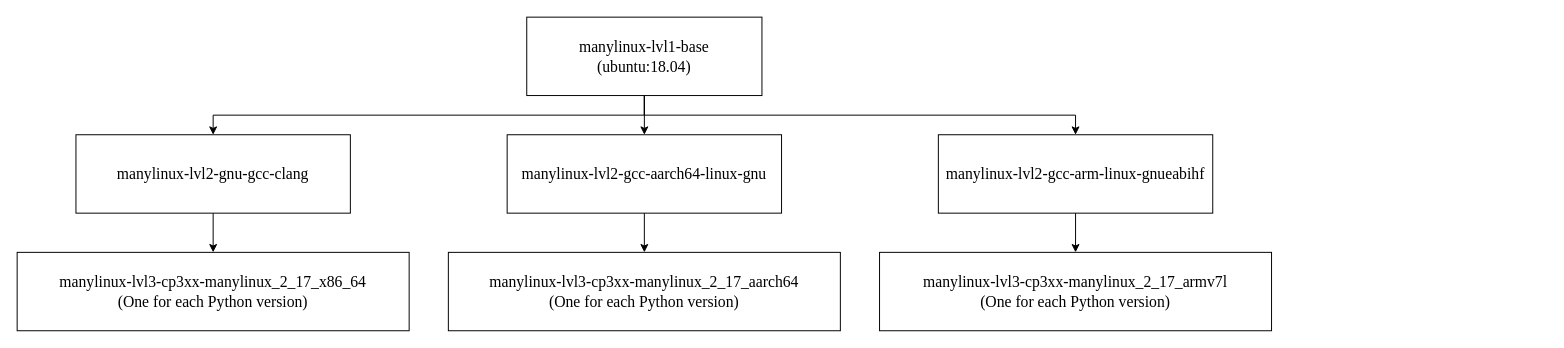
This is page "manylinux" (1 of 3) of images/Docker_layer_graph.drawio from andreslilloortiz/pookie, a draw.io file, before an edit. Source tidied: cells renumbered, new cells numbered last; positions are measured from the earlier drawing's top-left corner, leaving out a move shared by most shapes. Both pictures are drawn from the tidied source at 98%, with x=0, y=0 at pixel (17, 17).
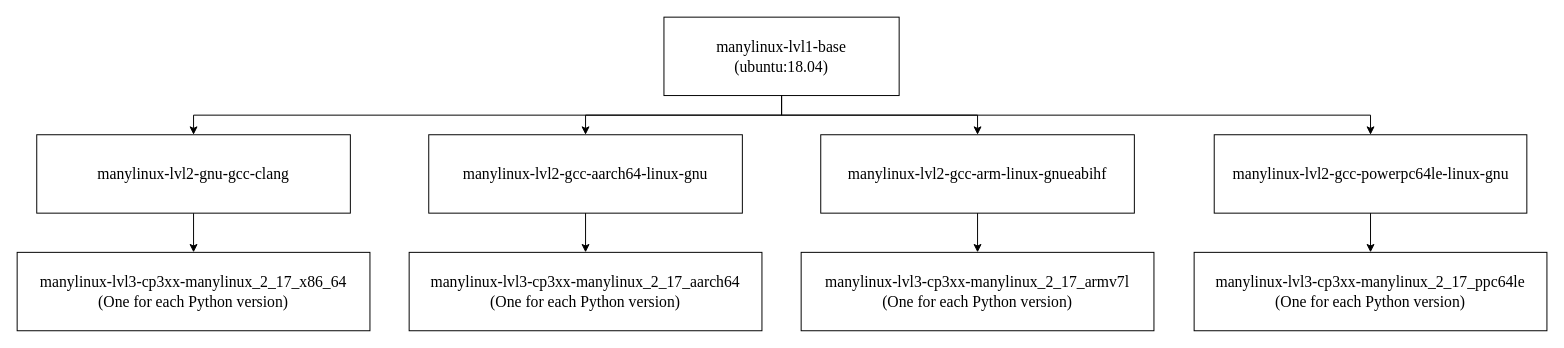
Above is the later version.

Change to the diagram source:
```diff
@@
 <mxGraphModel>
   <root>
     <mxCell id="0" />
     <mxCell id="1" parent="0" />
     <mxCell id="2" style="edgeStyle=orthogonalEdgeStyle;rounded=0;jettySize=auto;html=1;exitX=0.5;exitY=1;exitDx=0;exitDy=0;entryX=0.5;entryY=0;entryDx=0;entryDy=0;fontSize=16;fontColor=default;fontFamily=Times New Roman;" parent="1" edge="1" source="3" target="5">
       <mxGeometry relative="1" as="geometry" />
     </mxCell>
     <mxCell id="3" value="&lt;font&gt;manylinux-lvl1-base&lt;/font&gt;&lt;div&gt;&lt;font&gt;(ubuntu:18.04)&lt;/font&gt;&lt;/div&gt;" style="rounded=0;whiteSpace=wrap;html=1;fontSize=16;gradientColor=none;fillColor=default;strokeColor=default;fontFamily=Times New Roman;" parent="1" vertex="1">
-      <mxGeometry x="520" width="240" height="80" as="geometry" />
+      <mxGeometry x="660" width="240" height="80" as="geometry" />
     </mxCell>
     <mxCell id="4" style="edgeStyle=orthogonalEdgeStyle;rounded=0;jettySize=auto;html=1;exitX=0.5;exitY=1;exitDx=0;exitDy=0;entryX=0.5;entryY=0;entryDx=0;entryDy=0;fontSize=16;fontColor=default;fontFamily=Times New Roman;" parent="1" edge="1" source="5" target="6">
       <mxGeometry relative="1" as="geometry" />
     </mxCell>
     <mxCell id="5" value="&lt;font&gt;manylinux-lvl2-gnu-gcc-clang&lt;/font&gt;" style="rounded=0;whiteSpace=wrap;html=1;strokeColor=default;fontSize=16;fontColor=default;fontFamily=Times New Roman;" parent="1" vertex="1">
-      <mxGeometry x="60" y="120" width="280" height="80" as="geometry" />
+      <mxGeometry x="20" y="120" width="320" height="80" as="geometry" />
     </mxCell>
     <mxCell id="6" value="&lt;font&gt;manylinux-&lt;span style=&quot;&quot;&gt;lvl3&lt;/span&gt;-&lt;span style=&quot;&quot;&gt;cp3xx-manylinux_2_17_x86_64&lt;/span&gt;&lt;br&gt;(One for each Python version)&lt;/font&gt;" style="rounded=0;whiteSpace=wrap;html=1;strokeColor=default;fontSize=16;fontColor=default;fontFamily=Times New Roman;" parent="1" vertex="1">
-      <mxGeometry y="240" width="400" height="80" as="geometry" />
+      <mxGeometry y="240" width="360" height="80" as="geometry" />
     </mxCell>
     <mxCell id="7" value="&lt;font&gt;manylinux-lvl2-gcc-aarch64-linux-gnu&lt;/font&gt;" style="rounded=0;whiteSpace=wrap;html=1;strokeColor=default;fontSize=16;fontColor=default;fontFamily=Times New Roman;" parent="1" vertex="1">
-      <mxGeometry x="500" y="120" width="280" height="80" as="geometry" />
+      <mxGeometry x="420" y="120" width="320" height="80" as="geometry" />
     </mxCell>
     <mxCell id="8" style="edgeStyle=orthogonalEdgeStyle;rounded=0;jettySize=auto;html=1;exitX=0.5;exitY=1;exitDx=0;exitDy=0;entryX=0.5;entryY=0;entryDx=0;entryDy=0;fontSize=16;fontColor=default;fontFamily=Times New Roman;" parent="1" edge="1" source="3" target="7">
       <mxGeometry relative="1" as="geometry" />
     </mxCell>
     <mxCell id="9" value="&lt;font&gt;manylinux-&lt;span style=&quot;&quot;&gt;lvl3&lt;/span&gt;-&lt;span style=&quot;&quot;&gt;cp3xx-manylinux_2_17_aarch64&lt;/span&gt;&lt;/font&gt;&lt;div&gt;&lt;font&gt;(One for each Python version)&lt;/font&gt;&lt;/div&gt;" style="rounded=0;whiteSpace=wrap;html=1;strokeColor=default;fontSize=16;fontColor=default;fontFamily=Times New Roman;" parent="1" vertex="1">
-      <mxGeometry x="440" y="240" width="400" height="80" as="geometry" />
+      <mxGeometry x="400" y="240" width="360" height="80" as="geometry" />
     </mxCell>
     <mxCell id="10" style="edgeStyle=orthogonalEdgeStyle;rounded=0;jettySize=auto;html=1;exitX=0.5;exitY=1;exitDx=0;exitDy=0;entryX=0.5;entryY=0;entryDx=0;entryDy=0;fontSize=16;fontColor=default;fontFamily=Times New Roman;" parent="1" edge="1" source="7" target="9">
       <mxGeometry relative="1" as="geometry" />
     </mxCell>
     <mxCell id="11" value="&lt;font&gt;manylinux-lvl2-gcc-arm-linux-gnueabihf&lt;/font&gt;" style="rounded=0;whiteSpace=wrap;html=1;strokeColor=default;fontSize=16;fontColor=default;fontFamily=Times New Roman;" parent="1" vertex="1">
-      <mxGeometry x="940" y="120" width="280" height="80" as="geometry" />
+      <mxGeometry x="820" y="120" width="320" height="80" as="geometry" />
     </mxCell>
     <mxCell id="12" style="edgeStyle=orthogonalEdgeStyle;rounded=0;jettySize=auto;html=1;exitX=0.5;exitY=1;exitDx=0;exitDy=0;entryX=0.5;entryY=0;entryDx=0;entryDy=0;fontSize=16;fontColor=default;fontFamily=Times New Roman;" parent="1" edge="1" source="3" target="11">
       <mxGeometry relative="1" as="geometry" />
     </mxCell>
     <mxCell id="13" value="&lt;font&gt;manylinux-&lt;span style=&quot;&quot;&gt;lvl3&lt;/span&gt;-&lt;span style=&quot;&quot;&gt;cp3xx-manylinux_2_17&lt;/span&gt;&lt;/font&gt;_armv7l&lt;div&gt;&lt;font&gt;(One for each Python version)&lt;/font&gt;&lt;/div&gt;" style="rounded=0;whiteSpace=wrap;html=1;strokeColor=default;fontSize=16;fontColor=default;fontFamily=Times New Roman;" parent="1" vertex="1">
-      <mxGeometry x="880" y="240" width="400" height="80" as="geometry" />
+      <mxGeometry x="800" y="240" width="360" height="80" as="geometry" />
     </mxCell>
     <mxCell id="14" style="edgeStyle=orthogonalEdgeStyle;rounded=0;jettySize=auto;html=1;exitX=0.5;exitY=1;exitDx=0;exitDy=0;entryX=0.5;entryY=0;entryDx=0;entryDy=0;fontSize=16;fontColor=default;fontFamily=Times New Roman;" parent="1" edge="1" source="11" target="13">
       <mxGeometry relative="1" as="geometry" />
     </mxCell>
+    <mxCell id="15" value="&lt;font&gt;manylinux-lvl2-gcc-powerpc64le-linux-gnu&lt;/font&gt;" style="rounded=0;whiteSpace=wrap;html=1;strokeColor=default;fontSize=16;fontColor=default;fontFamily=Times New Roman;" parent="1" vertex="1">
+      <mxGeometry x="1221.5" y="120" width="319" height="80" as="geometry" />
+    </mxCell>
+    <mxCell id="16" value="&lt;font&gt;manylinux-&lt;span style=&quot;&quot;&gt;lvl3&lt;/span&gt;-&lt;span style=&quot;&quot;&gt;cp3xx-manylinux_2_17&lt;/span&gt;&lt;/font&gt;_ppc64le&lt;div&gt;&lt;font&gt;(One for each Python version)&lt;/font&gt;&lt;/div&gt;" style="rounded=0;whiteSpace=wrap;html=1;strokeColor=default;fontSize=16;fontColor=default;fontFamily=Times New Roman;" parent="1" vertex="1">
+      <mxGeometry x="1201" y="240" width="360" height="80" as="geometry" />
+    </mxCell>
+    <mxCell id="17" style="edgeStyle=orthogonalEdgeStyle;rounded=0;jettySize=auto;html=1;exitX=0.5;exitY=1;exitDx=0;exitDy=0;entryX=0.5;entryY=0;entryDx=0;entryDy=0;fontSize=16;fontColor=default;fontFamily=Times New Roman;" parent="1" edge="1" source="15" target="16">
+      <mxGeometry relative="1" as="geometry" />
+    </mxCell>
+    <mxCell id="18" style="edgeStyle=orthogonalEdgeStyle;rounded=0;jettySize=auto;html=1;exitX=0.5;exitY=1;exitDx=0;exitDy=0;entryX=0.5;entryY=0;entryDx=0;entryDy=0;fontSize=16;fontColor=default;fontFamily=Times New Roman;" parent="1" edge="1" source="3" target="15">
+      <mxGeometry relative="1" as="geometry" />
+    </mxCell>
   </root>
 </mxGraphModel>
```
